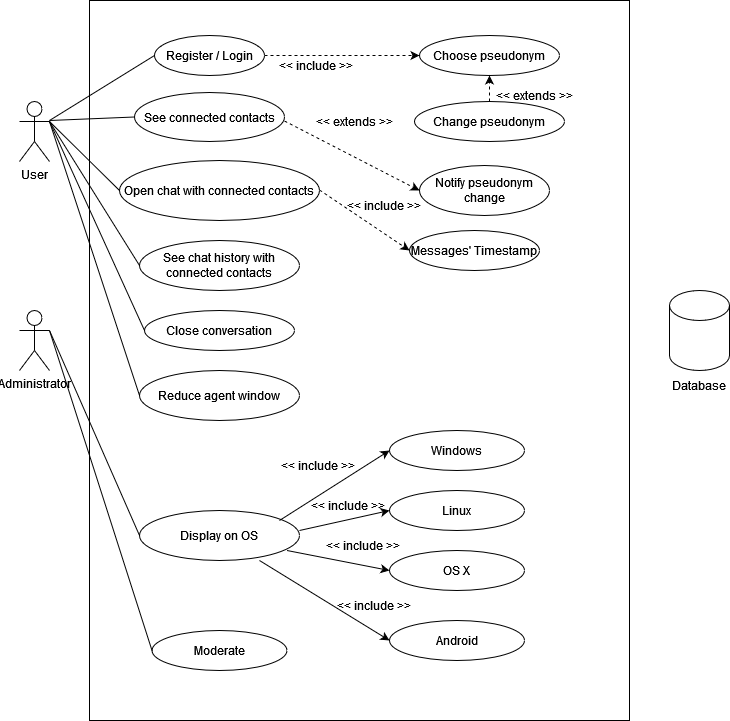
Above: UML Diagrams/End of project Diagrams/Use_case_diagram.png in josua-ramouche/chat_system_project (draw.io), before the change. Source tidied: cells renumbered, new cells last; positions are measured from the earlier drawing's top-left corner, leaving out a move shared by most shapes.
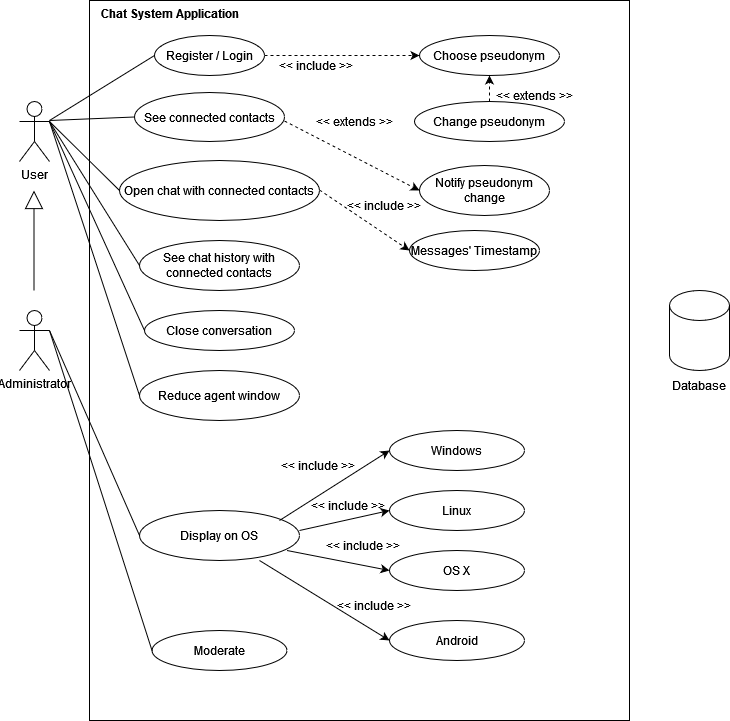
After the commit.

What changed in the source:
```diff
@@ -158,5 +158,14 @@
     <mxCell id="47" value="Database" style="text;html=1;strokeColor=none;fillColor=none;align=center;verticalAlign=middle;whiteSpace=wrap;rounded=0;" parent="45" vertex="1">
       <mxGeometry y="80" width="60" height="30" as="geometry" />
     </mxCell>
+    <mxCell id="48" style="endArrow=block;endSize=16;endFill=0;html=1;rounded=0;" parent="1" edge="1">
+      <mxGeometry x="0.12" y="-80" relative="1" as="geometry">
+        <mxPoint x="14.5" y="290" as="sourcePoint" />
+        <mxPoint x="14.5" y="190" as="targetPoint" />
+      </mxGeometry>
+    </mxCell>
+    <mxCell id="49" value="Chat System Application" style="text;align=center;fontStyle=1;verticalAlign=middle;spacingLeft=3;spacingRight=3;strokeColor=none;html=1;" parent="1" vertex="1">
+      <mxGeometry x="110" width="80" height="26" as="geometry" />
+    </mxCell>
   </root>
 </mxGraphModel>
```
